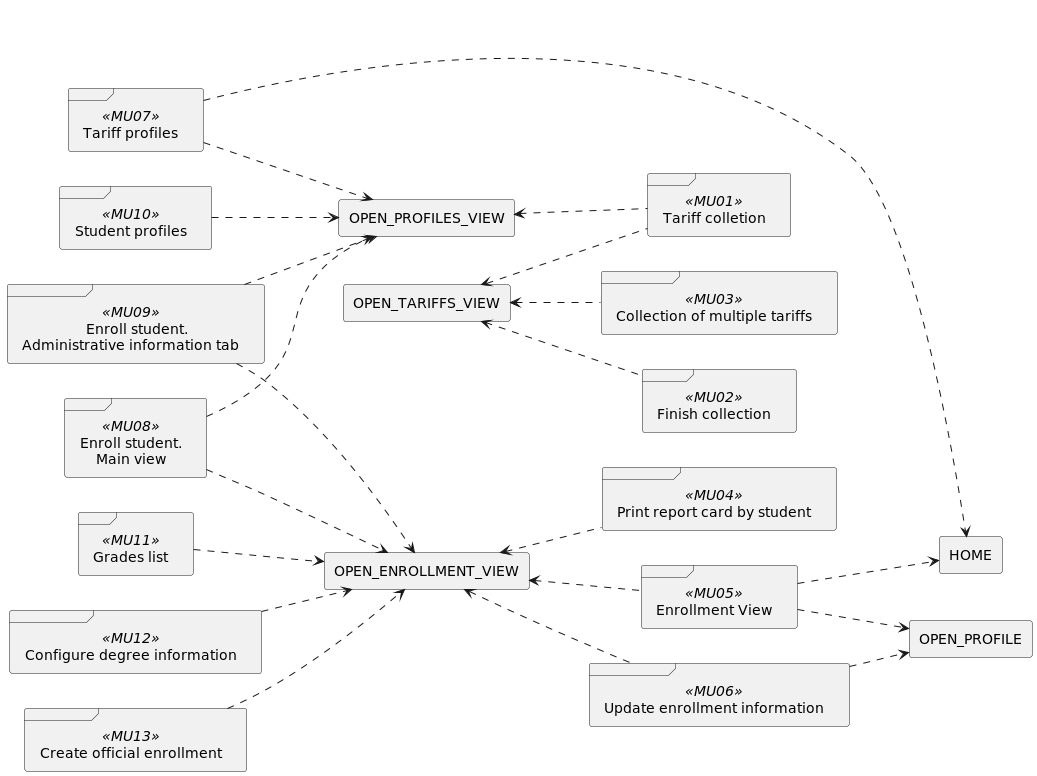
Before: out/UseCaseView/TRACE.State-x-Prototype.png, a diagram exported from PlantUML (wsmcbl/wsmcbl.doc).
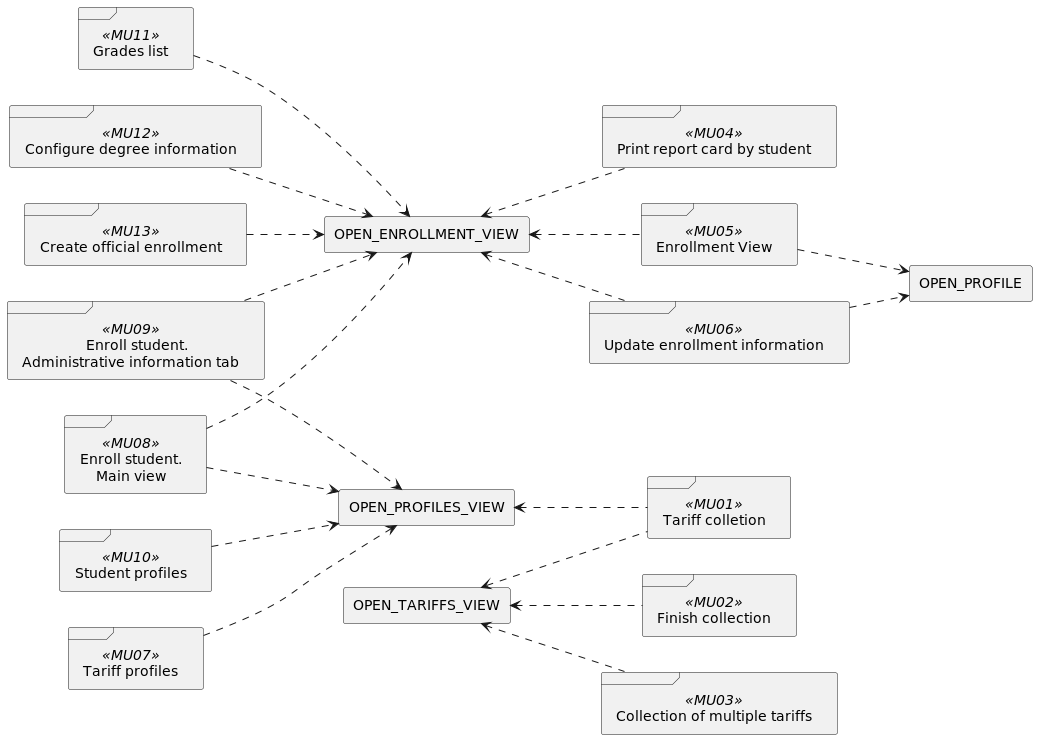
After the change.

Commit message:
Feat: Update trace for prototypes and usecase priorization diagram

The edit, as a diff of the source:
```diff
@@ -16,7 +16,6 @@
 frame MU12 <<MU12>> as "Configure degree information"
 frame MU13 <<MU13>> as "Create official enrollment"
 
-rectangle Initial as "HOME"
 rectangle OPEN_ENROLLMENT_VIEW
 rectangle OPEN_PROFILES_VIEW
 rectangle OPEN_PROFILE
@@ -32,14 +31,12 @@
 
 MU04 .up.> OPEN_ENROLLMENT_VIEW
 
-MU05 .down.> Initial
 MU05 .up.> OPEN_ENROLLMENT_VIEW
 MU05 ..> OPEN_PROFILE
 
 MU06 .up.> OPEN_ENROLLMENT_VIEW
 MU06 ..> OPEN_PROFILE
 
-MU07 ..> Initial
 MU07 ..> OPEN_PROFILES_VIEW
 
 MU08 ..> OPEN_ENROLLMENT_VIEW
```
